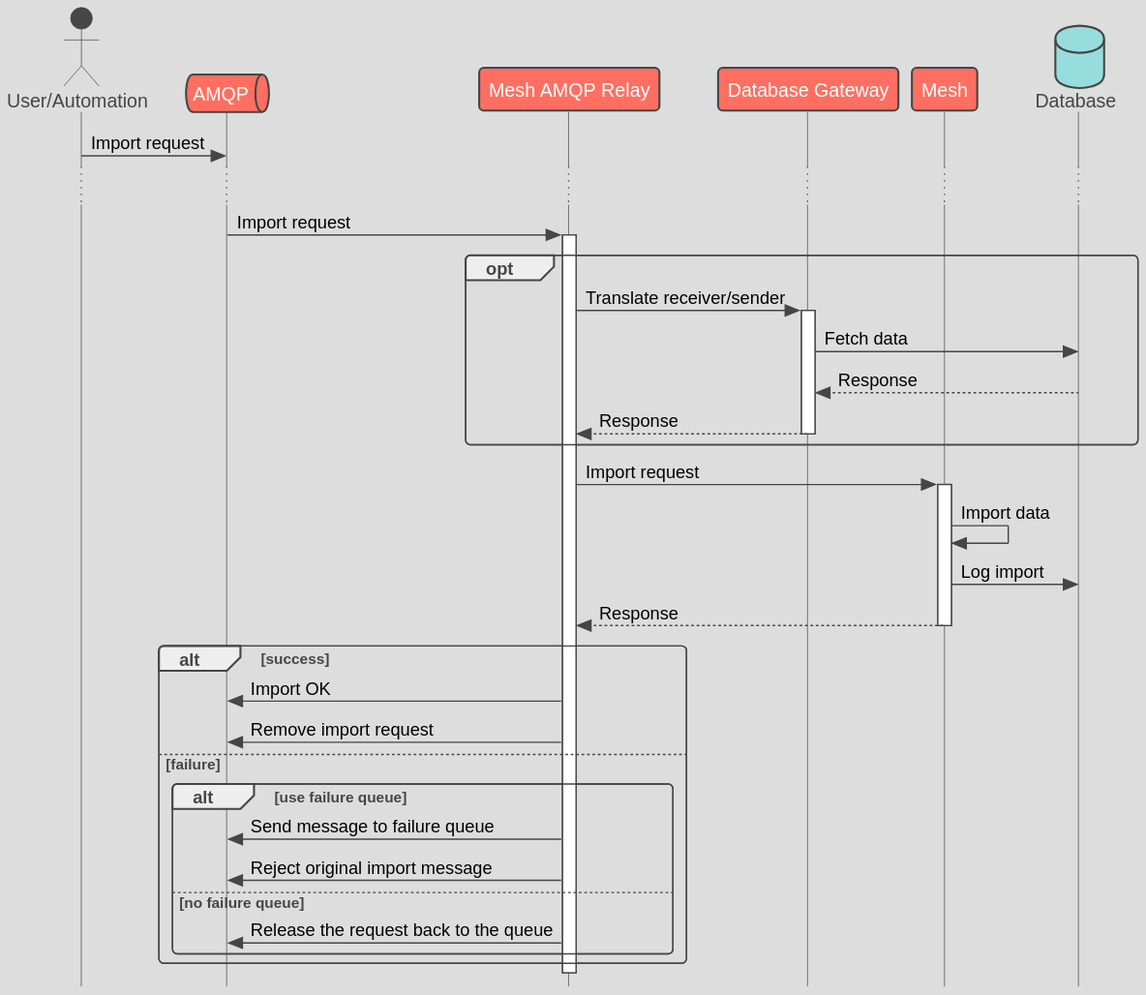
Earlier version of the PlantUML export docs/mesh-data-transfer/general/docs/data-import.svg (jansvolue/energy-smp-docs).
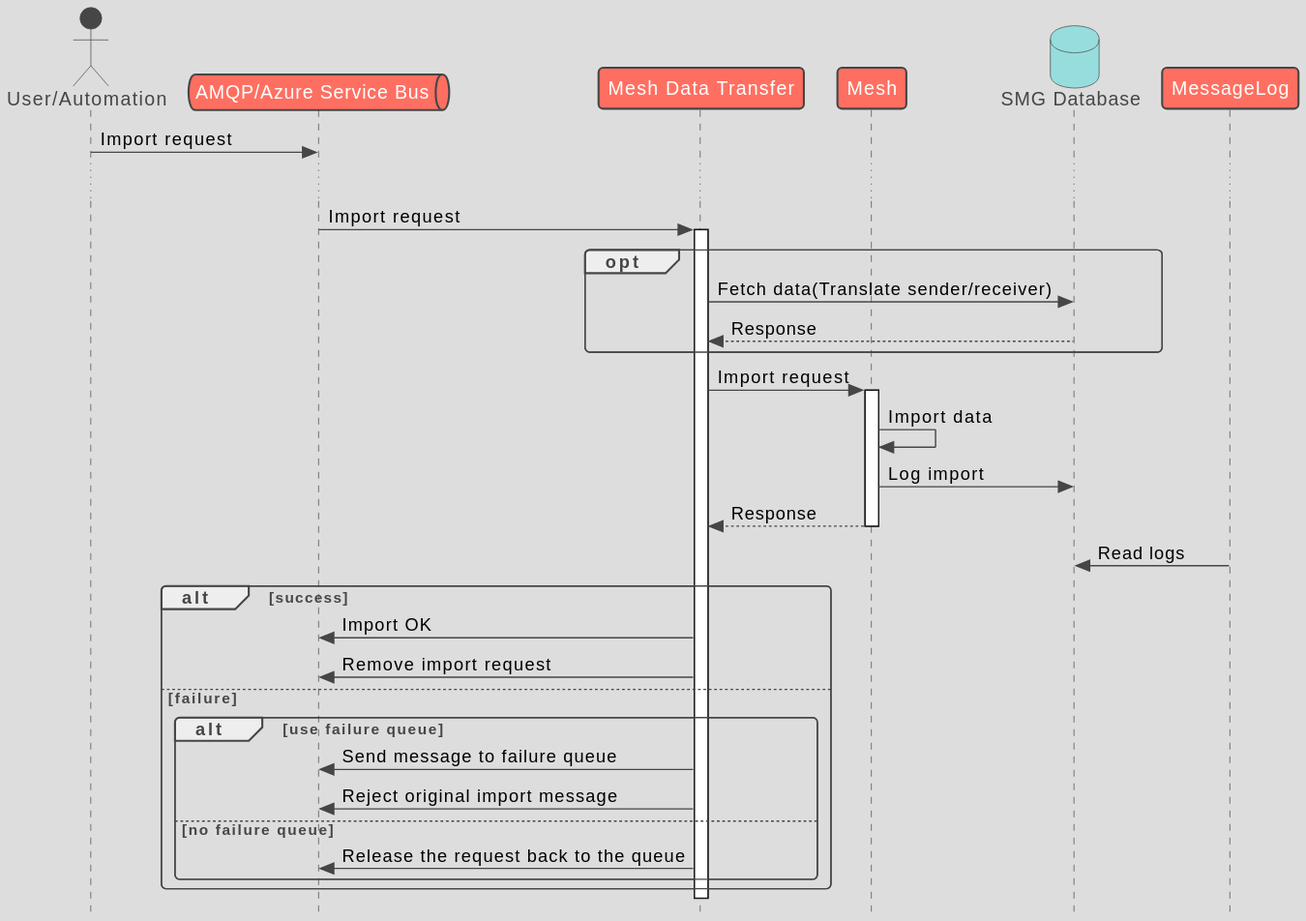
After the change.

The edit, as a diff of the source:
```diff
@@ -4,11 +4,11 @@
 skinparam style strictuml
 
 actor       "User/Automation" as User
-queue       AMQP
-participant "Mesh AMQP Relay" as MAR
-participant "Database Gateway" as DBGW
+queue       "AMQP/Azure Service Bus" as AMQP
+participant "Mesh Data Transfer" as MAR
 participant Mesh
-database    Database as DB
+database    "SMG Database" as DB
+participant MessageLog as ML
 
 User -> AMQP : Import request
 
@@ -17,16 +17,16 @@
 AMQP -> MAR++: Import request
 
 opt
-MAR -> DBGW++: Translate receiver/sender
-DBGW -> DB: Fetch data
-DB --> DBGW: Response
-DBGW --> MAR--: Response
+MAR -> DB: Fetch data(Translate sender/receiver)
+DB--> MAR--: Response
 end
 
 MAR -> Mesh++: Import request
 Mesh -> Mesh: Import data
 Mesh -> DB: Log import
 Mesh --> MAR--: Response
+
+ML-> DB: Read logs
 
 alt success
 MAR -> AMQP: Import OK
```
